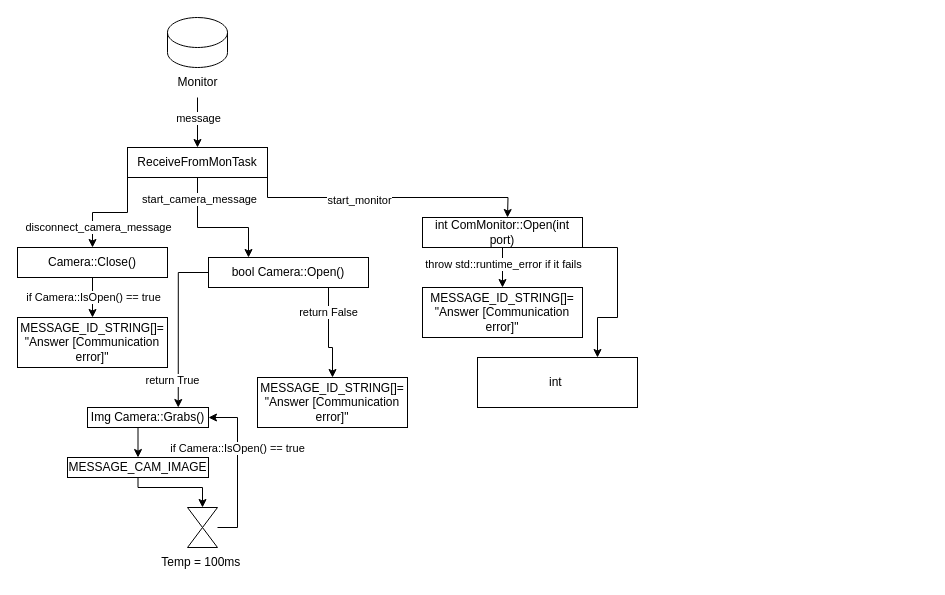
Before: page "Page-2" (2 of 2) of Diagrama sem nome.drawio in Ruba008/BE_temps_reel, a draw.io diagram. Source tidied: cells renumbered, new cells numbered last; positions are measured from the earlier drawing's top-left corner, leaving out a move shared by most shapes. Both pictures are drawn from the tidied source at 100%, with x=0, y=0 at pixel (17, 17).
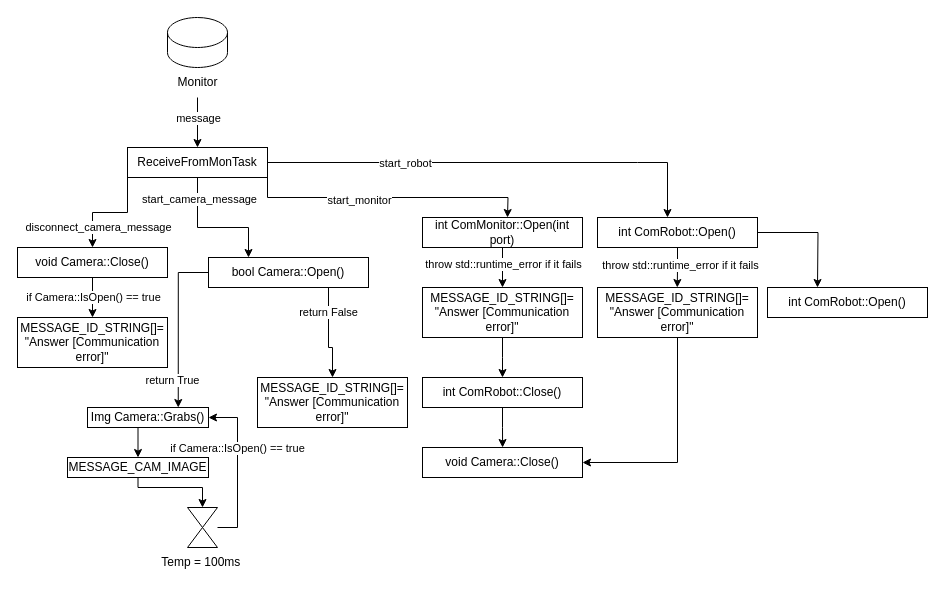
Above is the later version.

Unchanged cells that the change refers to:
```xml
<mxCell id="8" value="ReceiveFromMonTask" style="rounded=0;whiteSpace=wrap;html=1;" parent="1" vertex="1">
  <mxGeometry x="110" y="130" width="140" height="30" as="geometry" />
</mxCell>
<mxCell id="25" value="int ComMonitor::Open(int port)" style="whiteSpace=wrap;html=1;" parent="1" vertex="1">
  <mxGeometry x="405" y="200" width="160" height="30" as="geometry" />
</mxCell>
<mxCell id="26" value="MESSAGE_ID_STRING[]=&lt;div&gt;&quot;Answer [Communication error]&quot;&lt;/div&gt;" style="whiteSpace=wrap;html=1;" parent="1" vertex="1">
  <mxGeometry x="405" y="270" width="160" height="50" as="geometry" />
</mxCell>
```

What changed in the source:
```diff
@@
+    <mxCell id="39" style="edgeStyle=orthogonalEdgeStyle;rounded=0;jettySize=auto;html=1;exitX=1;exitY=0.5;exitDx=0;exitDy=0;" parent="1" edge="1" source="8">
+      <mxGeometry relative="1" as="geometry">
+        <mxPoint x="650" y="200" as="targetPoint" />
+        <Array as="points">
+          <mxPoint x="620" y="145" />
+          <mxPoint x="620" y="145" />
+        </Array>
+      </mxGeometry>
+    </mxCell>
+    <mxCell id="40" value="start_robot" style="edgeLabel;html=1;align=center;verticalAlign=middle;" parent="39" vertex="1">
+      <mxGeometry x="-0.4" relative="1" as="geometry" />
+    </mxCell>
@@
-    <mxCell id="24" style="edgeStyle=orthogonalEdgeStyle;rounded=0;jettySize=auto;html=1;exitX=1;exitY=1;exitDx=0;exitDy=0;entryX=0.75;entryY=0;entryDx=0;entryDy=0;" parent="1" edge="1" source="25" target="38">
-      <mxGeometry relative="1" as="geometry">
-        <Array as="points">
-          <mxPoint x="600" y="230" />
-          <mxPoint x="600" y="300" />
-          <mxPoint x="580" y="300" />
-        </Array>
-      </mxGeometry>
-    </mxCell>
@@
+    <mxCell id="41" style="edgeStyle=orthogonalEdgeStyle;rounded=0;jettySize=auto;html=1;" parent="1" edge="1" source="26">
+      <mxGeometry relative="1" as="geometry">
+        <mxPoint x="485" y="360" as="targetPoint" />
+      </mxGeometry>
+    </mxCell>
@@
-    <mxCell id="32" value="Camera::Close()" style="whiteSpace=wrap;html=1;" parent="1" vertex="1">
+    <mxCell id="32" value="void Camera::Close()" style="whiteSpace=wrap;html=1;" parent="1" vertex="1">
       <mxGeometry y="230" width="150" height="30" as="geometry" />
     </mxCell>
@@
-    <mxCell id="38" value="int&amp;nbsp;" style="whiteSpace=wrap;html=1;" parent="1" vertex="1">
-      <mxGeometry x="460" y="340" width="160" height="50" as="geometry" />
-    </mxCell>
+    <mxCell id="42" style="edgeStyle=orthogonalEdgeStyle;rounded=0;jettySize=auto;html=1;exitX=0.5;exitY=1;exitDx=0;exitDy=0;" parent="1" edge="1" source="45">
+      <mxGeometry relative="1" as="geometry">
+        <mxPoint x="659.8" y="270" as="targetPoint" />
+      </mxGeometry>
+    </mxCell>
+    <mxCell id="43" value="throw std::runtime_error if it fails" style="edgeLabel;html=1;align=center;verticalAlign=middle;" parent="42" vertex="1">
+      <mxGeometry x="-0.16" y="2" relative="1" as="geometry" />
+    </mxCell>
+    <mxCell id="44" style="edgeStyle=orthogonalEdgeStyle;rounded=0;jettySize=auto;html=1;" parent="1" edge="1" source="45">
+      <mxGeometry relative="1" as="geometry">
+        <mxPoint x="800" y="270" as="targetPoint" />
+      </mxGeometry>
+    </mxCell>
+    <mxCell id="45" value="int ComRobot::Open()" style="whiteSpace=wrap;html=1;" parent="1" vertex="1">
+      <mxGeometry x="580" y="200" width="160" height="30" as="geometry" />
+    </mxCell>
+    <mxCell id="46" style="edgeStyle=orthogonalEdgeStyle;rounded=0;jettySize=auto;html=1;exitX=0.5;exitY=1;exitDx=0;exitDy=0;" parent="1" edge="1" source="47">
+      <mxGeometry relative="1" as="geometry">
+        <mxPoint x="485.1" y="430" as="targetPoint" />
+      </mxGeometry>
+    </mxCell>
+    <mxCell id="47" value="int ComRobot::Close()" style="whiteSpace=wrap;html=1;" parent="1" vertex="1">
+      <mxGeometry x="405" y="360" width="160" height="30" as="geometry" />
+    </mxCell>
+    <mxCell id="48" value="void Camera::Close()" style="whiteSpace=wrap;html=1;" parent="1" vertex="1">
+      <mxGeometry x="405" y="430" width="160" height="30" as="geometry" />
+    </mxCell>
+    <mxCell id="49" style="edgeStyle=orthogonalEdgeStyle;rounded=0;jettySize=auto;html=1;exitX=0.5;exitY=1;exitDx=0;exitDy=0;entryX=1;entryY=0.5;entryDx=0;entryDy=0;" parent="1" edge="1" source="50" target="48">
+      <mxGeometry relative="1" as="geometry" />
+    </mxCell>
+    <mxCell id="50" value="MESSAGE_ID_STRING[]=&lt;div&gt;&quot;Answer [Communication error]&quot;&lt;/div&gt;" style="whiteSpace=wrap;html=1;" parent="1" vertex="1">
+      <mxGeometry x="580" y="270" width="160" height="50" as="geometry" />
+    </mxCell>
+    <mxCell id="51" value="int ComRobot::Open()" style="whiteSpace=wrap;html=1;" parent="1" vertex="1">
+      <mxGeometry x="750" y="270" width="160" height="30" as="geometry" />
+    </mxCell>
```
